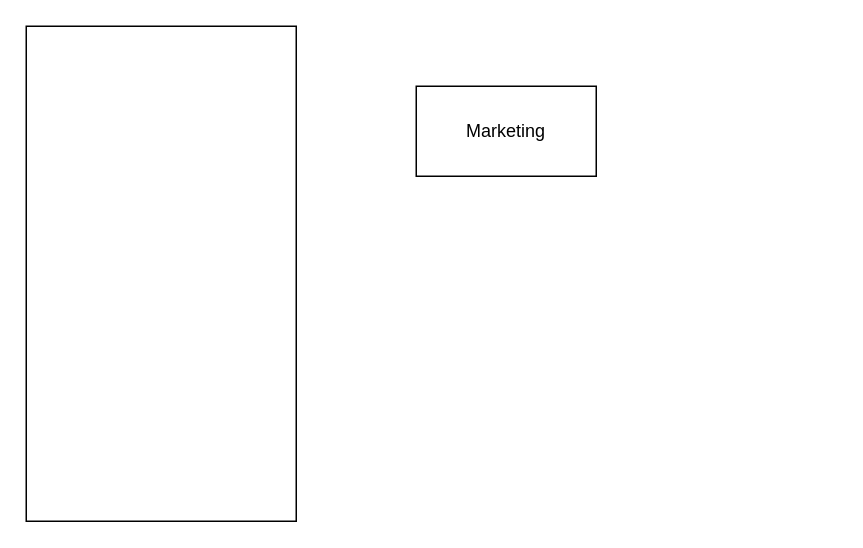
Earlier version of the draw.io diagram Untitled Diagram.drawio (rishvdeloitte/rishavsnew). Source tidied: cells renumbered, new cells numbered last; positions are measured from the earlier drawing's top-left corner, leaving out a move shared by most shapes. Both pictures are drawn from the tidied source at 150%, with x=0, y=0 at pixel (26, 26).
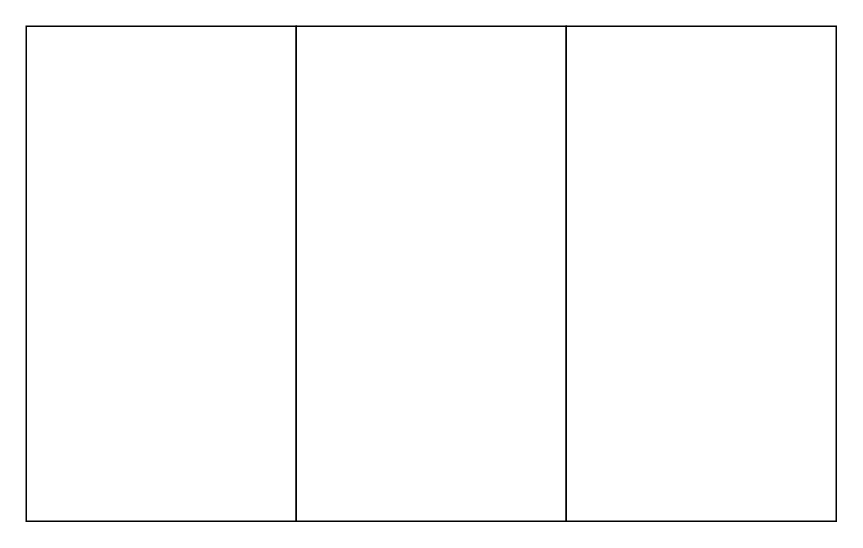
After the change.

What changed in the source:
```diff
@@
 <mxGraphModel>
   <root>
     <mxCell id="0" />
     <mxCell id="1" parent="0" />
     <mxCell id="2" value="Marketing" style="rounded=0;whiteSpace=wrap;html=1;" parent="1" vertex="1">
       <mxGeometry x="260" y="40" width="120" height="60" as="geometry" />
     </mxCell>
     <mxCell id="3" style="rounded=0;whiteSpace=wrap;html=1;" parent="1" vertex="1">
       <mxGeometry width="180" height="330" as="geometry" />
     </mxCell>
+    <mxCell id="4" style="rounded=0;whiteSpace=wrap;html=1;" parent="1" vertex="1">
+      <mxGeometry x="180" width="180" height="330" as="geometry" />
+    </mxCell>
+    <mxCell id="5" style="rounded=0;whiteSpace=wrap;html=1;" parent="1" vertex="1">
+      <mxGeometry x="360" width="180" height="330" as="geometry" />
+    </mxCell>
   </root>
 </mxGraphModel>
```
